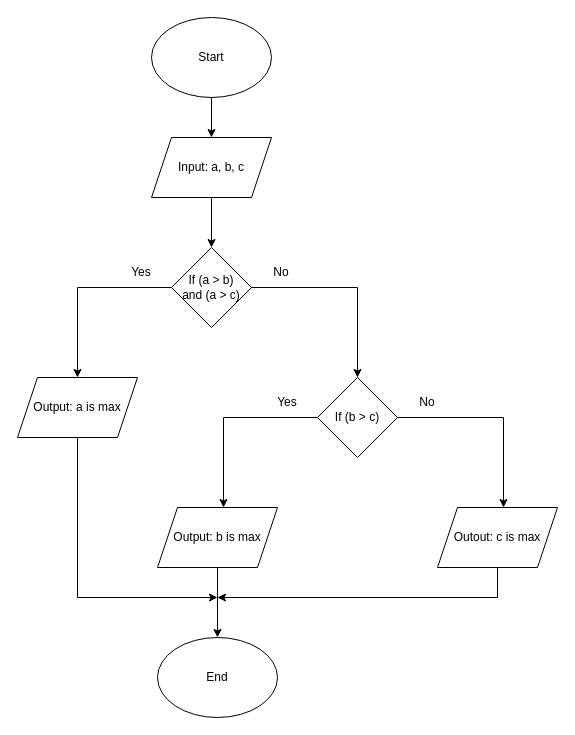
Above: Untitled Diagram.drawio in AkaiZed/flowchat (draw.io), before the change. Source tidied: cells renumbered, new cells numbered last; positions are measured from the earlier drawing's top-left corner, leaving out a move shared by most shapes. Both pictures are drawn from the tidied source at 100%, with x=0, y=0 at pixel (17, 17).
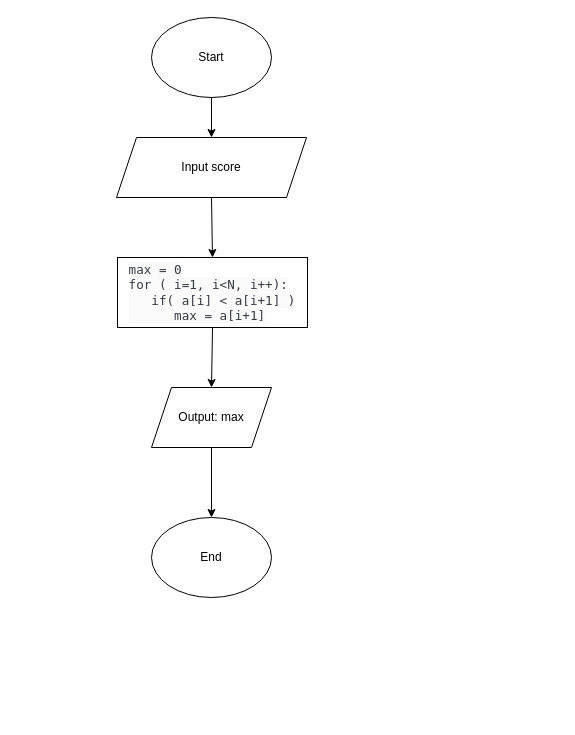
Above is the later version.

The edit, as a diff of the source:
```diff
@@
     <mxCell id="3" value="End" style="ellipse;whiteSpace=wrap;html=1;" parent="1" vertex="1">
-      <mxGeometry x="140" y="620" width="120" height="80" as="geometry" />
+      <mxGeometry x="134" y="500" width="120" height="80" as="geometry" />
     </mxCell>
-    <mxCell id="4" value="Input: a, b, c" style="shape=parallelogram;perimeter=parallelogramPerimeter;whiteSpace=wrap;html=1;fixedSize=1;" parent="1" vertex="1">
-      <mxGeometry x="134" y="120" width="120" height="60" as="geometry" />
+    <mxCell id="4" value="Input score" style="shape=parallelogram;perimeter=parallelogramPerimeter;whiteSpace=wrap;html=1;fixedSize=1;" parent="1" vertex="1">
+      <mxGeometry x="99" y="120" width="190" height="60" as="geometry" />
     </mxCell>
@@
-    <mxCell id="6" style="endArrow=classic;html=1;rounded=0;exitX=0.5;exitY=1;exitDx=0;exitDy=0;entryX=0.5;entryY=0;entryDx=0;entryDy=0;" parent="1" edge="1" source="4">
-      <mxGeometry relative="1" as="geometry">
-        <mxPoint x="194" y="230" as="targetPoint" />
-      </mxGeometry>
+    <mxCell id="6" style="endArrow=classic;html=1;rounded=0;exitX=0.5;exitY=1;exitDx=0;exitDy=0;entryX=0.5;entryY=0;entryDx=0;entryDy=0;" parent="1" edge="1" source="4" target="23">
+      <mxGeometry relative="1" as="geometry" />
     </mxCell>
-    <mxCell id="7" value="If (a &amp;gt; b)&lt;div&gt;&amp;nbsp;and (a &amp;gt; c)&amp;nbsp;&lt;/div&gt;" style="rhombus;whiteSpace=wrap;html=1;" parent="1" vertex="1">
-      <mxGeometry x="154" y="230" width="80" height="80" as="geometry" />
-    </mxCell>
-    <mxCell id="8" style="endArrow=classic;html=1;rounded=0;exitX=0;exitY=0.5;exitDx=0;exitDy=0;" parent="1" edge="1" source="7">
-      <mxGeometry relative="1" as="geometry">
-        <mxPoint x="60" y="360" as="targetPoint" />
-        <Array as="points">
-          <mxPoint x="60" y="270" />
-        </Array>
-      </mxGeometry>
-    </mxCell>
-    <mxCell id="9" style="endArrow=classic;html=1;rounded=0;exitX=1;exitY=0.5;exitDx=0;exitDy=0;" parent="1" edge="1" source="7">
-      <mxGeometry relative="1" as="geometry">
-        <mxPoint x="340" y="360" as="targetPoint" />
-        <Array as="points">
-          <mxPoint x="340" y="270" />
-        </Array>
-      </mxGeometry>
-    </mxCell>
-    <mxCell id="10" value="Output: a is max" style="shape=parallelogram;perimeter=parallelogramPerimeter;whiteSpace=wrap;html=1;fixedSize=1;" parent="1" vertex="1">
-      <mxGeometry y="360" width="120" height="60" as="geometry" />
-    </mxCell>
-    <mxCell id="11" value="Yes" style="text;html=1;align=center;verticalAlign=middle;whiteSpace=wrap;rounded=0;" parent="1" vertex="1">
-      <mxGeometry x="94" y="240" width="60" height="30" as="geometry" />
-    </mxCell>
-    <mxCell id="12" value="No" style="text;html=1;align=center;verticalAlign=middle;whiteSpace=wrap;rounded=0;" parent="1" vertex="1">
-      <mxGeometry x="234" y="240" width="60" height="30" as="geometry" />
-    </mxCell>
-    <mxCell id="13" value="If (b &amp;gt; c)" style="rhombus;whiteSpace=wrap;html=1;" parent="1" vertex="1">
-      <mxGeometry x="300" y="360" width="80" height="80" as="geometry" />
-    </mxCell>
-    <mxCell id="14" style="endArrow=classic;html=1;rounded=0;exitX=0;exitY=0.5;exitDx=0;exitDy=0;" parent="1" edge="1">
-      <mxGeometry relative="1" as="geometry">
-        <mxPoint x="300" y="400" as="sourcePoint" />
-        <mxPoint x="206" y="490" as="targetPoint" />
-        <Array as="points">
-          <mxPoint x="206" y="400" />
-        </Array>
-      </mxGeometry>
-    </mxCell>
-    <mxCell id="15" style="endArrow=classic;html=1;rounded=0;exitX=1;exitY=0.5;exitDx=0;exitDy=0;" parent="1" edge="1">
-      <mxGeometry relative="1" as="geometry">
-        <mxPoint x="380" y="400" as="sourcePoint" />
-        <mxPoint x="486" y="490" as="targetPoint" />
-        <Array as="points">
-          <mxPoint x="486" y="400" />
-        </Array>
-      </mxGeometry>
-    </mxCell>
-    <mxCell id="16" value="Yes" style="text;html=1;align=center;verticalAlign=middle;whiteSpace=wrap;rounded=0;" parent="1" vertex="1">
-      <mxGeometry x="240" y="370" width="60" height="30" as="geometry" />
-    </mxCell>
-    <mxCell id="17" value="No" style="text;html=1;align=center;verticalAlign=middle;whiteSpace=wrap;rounded=0;" parent="1" vertex="1">
-      <mxGeometry x="380" y="370" width="60" height="30" as="geometry" />
-    </mxCell>
-    <mxCell id="18" value="Output: b is max" style="shape=parallelogram;perimeter=parallelogramPerimeter;whiteSpace=wrap;html=1;fixedSize=1;" parent="1" vertex="1">
-      <mxGeometry x="140" y="490" width="120" height="60" as="geometry" />
-    </mxCell>
-    <mxCell id="19" value="Outout: c is max" style="shape=parallelogram;perimeter=parallelogramPerimeter;whiteSpace=wrap;html=1;fixedSize=1;" parent="1" vertex="1">
-      <mxGeometry x="420" y="490" width="120" height="60" as="geometry" />
-    </mxCell>
-    <mxCell id="20" style="endArrow=classic;html=1;rounded=0;exitX=0.5;exitY=1;exitDx=0;exitDy=0;entryX=0.5;entryY=0;entryDx=0;entryDy=0;" parent="1" edge="1" source="18" target="3">
-      <mxGeometry relative="1" as="geometry" />
+    <mxCell id="20" style="endArrow=classic;html=1;rounded=0;exitX=0.5;exitY=1;exitDx=0;exitDy=0;entryX=0.5;entryY=0;entryDx=0;entryDy=0;" parent="1" edge="1" target="3">
+      <mxGeometry relative="1" as="geometry">
+        <mxPoint x="194" y="430" as="sourcePoint" />
+      </mxGeometry>
     </mxCell>
-    <mxCell id="21" style="endArrow=classic;html=1;rounded=0;exitX=0.5;exitY=1;exitDx=0;exitDy=0;" parent="1" edge="1" source="10">
-      <mxGeometry relative="1" as="geometry">
-        <mxPoint x="200" y="580" as="targetPoint" />
-        <Array as="points">
-          <mxPoint x="60" y="580" />
-        </Array>
-      </mxGeometry>
-    </mxCell>
-    <mxCell id="22" style="endArrow=classic;html=1;rounded=0;exitX=0.5;exitY=1;exitDx=0;exitDy=0;" parent="1" edge="1" source="19">
-      <mxGeometry relative="1" as="geometry">
-        <mxPoint x="200" y="580" as="targetPoint" />
-        <Array as="points">
-          <mxPoint x="480" y="580" />
-        </Array>
-      </mxGeometry>
-    </mxCell>
+    <mxCell id="23" value="&lt;div style=&quot;text-align: left;&quot;&gt;&lt;font face=&quot;SFMono-Regular, Menlo, Monaco, Consolas, Liberation Mono, Courier New, monospace&quot; color=&quot;#383a42&quot;&gt;&lt;span style=&quot;font-size: 12.6px; white-space: pre; background-color: rgb(250, 250, 250);&quot;&gt;max = 0&lt;br&gt;for ( i=1, i&amp;lt;N, &lt;/span&gt;&lt;/font&gt;&lt;span style=&quot;background-color: rgb(250, 250, 250); font-size: 12.6px; white-space: pre; color: rgb(56, 58, 66); font-family: SFMono-Regular, Menlo, Monaco, Consolas, &amp;quot;Liberation Mono&amp;quot;, &amp;quot;Courier New&amp;quot;, monospace;&quot;&gt;i++):&lt;/span&gt;&lt;/div&gt;&lt;div style=&quot;text-align: left;&quot;&gt;&lt;span style=&quot;background-color: rgb(250, 250, 250); font-size: 12.6px; white-space: pre; color: rgb(56, 58, 66); font-family: SFMono-Regular, Menlo, Monaco, Consolas, &amp;quot;Liberation Mono&amp;quot;, &amp;quot;Courier New&amp;quot;, monospace;&quot;&gt;   if( a[i] &amp;lt; a[i+1] )&lt;/span&gt;&lt;/div&gt;&lt;div style=&quot;text-align: left;&quot;&gt;&lt;span style=&quot;background-color: rgb(250, 250, 250); font-size: 12.6px; white-space: pre; color: rgb(56, 58, 66); font-family: SFMono-Regular, Menlo, Monaco, Consolas, &amp;quot;Liberation Mono&amp;quot;, &amp;quot;Courier New&amp;quot;, monospace;&quot;&gt;      max = a[i+1]&lt;/span&gt;&lt;/div&gt;" style="rounded=0;whiteSpace=wrap;html=1;" parent="1" vertex="1">
+      <mxGeometry x="100" y="240" width="190" height="70" as="geometry" />
+    </mxCell>
+    <mxCell id="24" value="Output: max" style="shape=parallelogram;perimeter=parallelogramPerimeter;whiteSpace=wrap;html=1;fixedSize=1;" parent="1" vertex="1">
+      <mxGeometry x="134" y="370" width="120" height="60" as="geometry" />
+    </mxCell>
+    <mxCell id="25" style="endArrow=classic;html=1;rounded=0;exitX=0.5;exitY=1;exitDx=0;exitDy=0;entryX=0.5;entryY=0;entryDx=0;entryDy=0;" parent="1" edge="1" source="23" target="24">
+      <mxGeometry relative="1" as="geometry" />
+    </mxCell>
```
